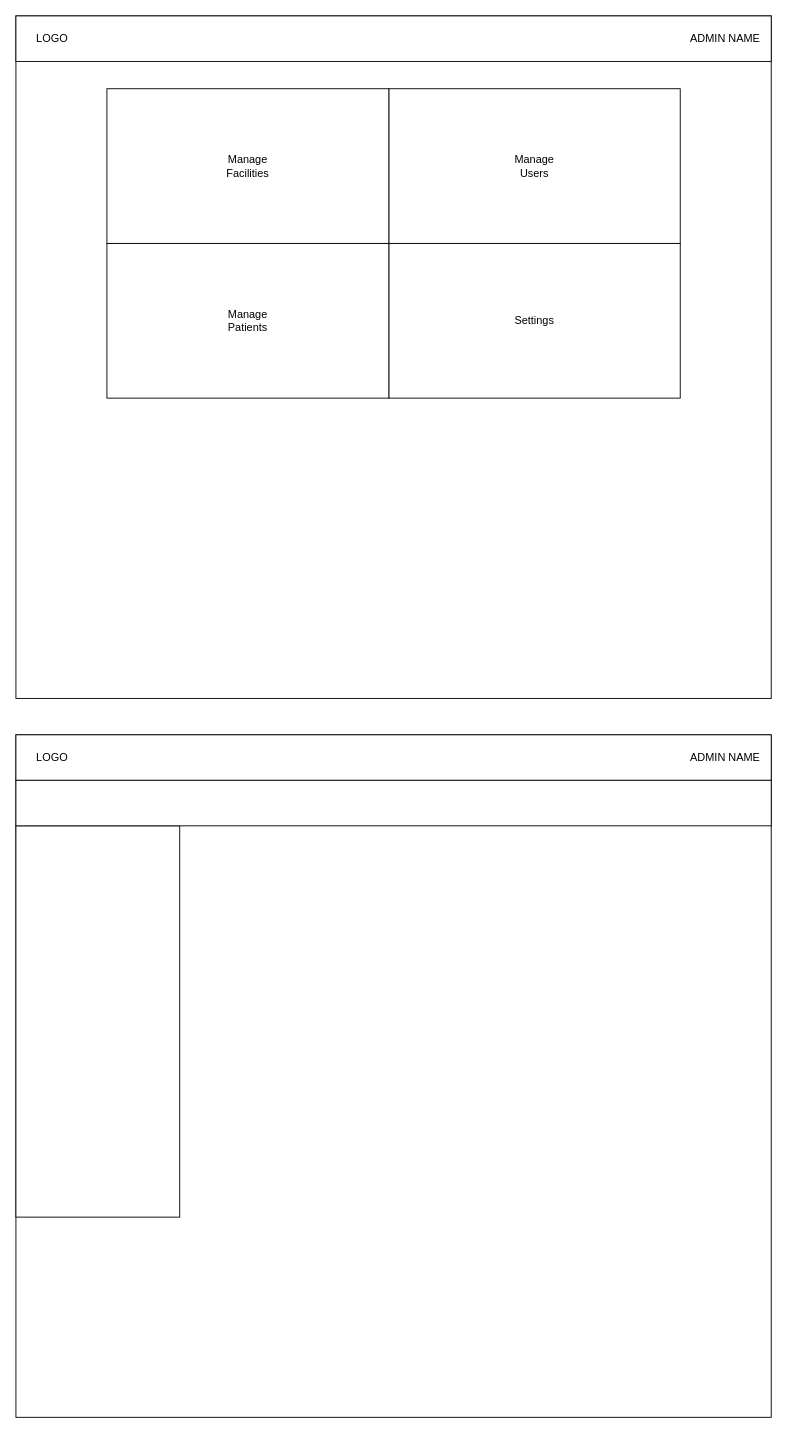
Earlier version of the draw.io diagram diagrams/AdminPage.drawio (empty-works/plain-emrs-no-fw). Source tidied: cells renumbered, new cells numbered last; positions are measured from the earlier drawing's top-left corner, leaving out a move shared by most shapes. Both pictures are drawn from the tidied source at 91%, with x=0, y=0 at pixel (15, 15).
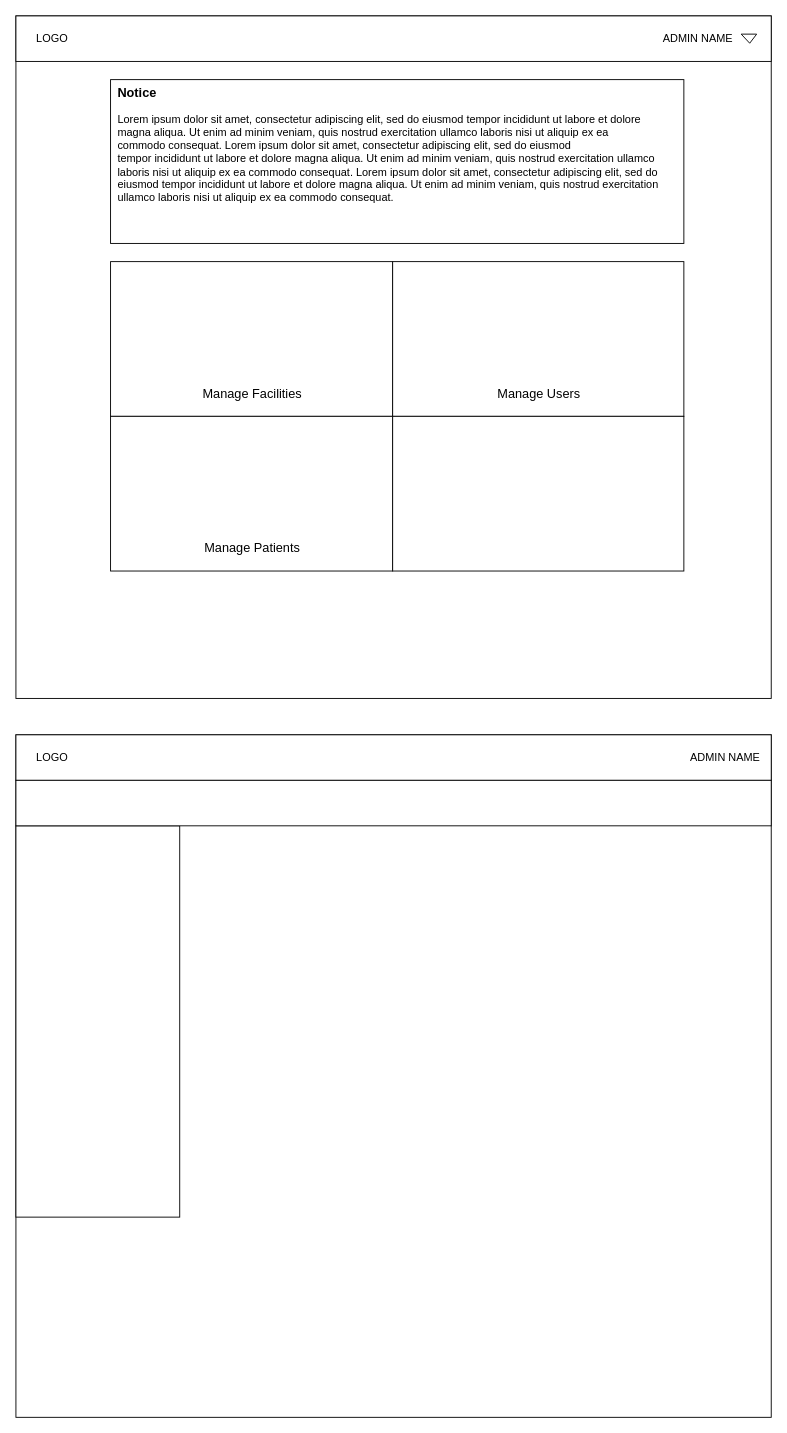
Above is the later version.

Commit message:
Admin landing page design updates

What changed in the source:
```diff
@@
     <mxCell id="11" value="ADMIN NAME" style="text;html=1;strokeColor=none;fillColor=none;align=right;verticalAlign=middle;whiteSpace=wrap;rounded=0;" parent="1" vertex="1">
-      <mxGeometry x="640" y="10" width="180" height="30" as="geometry" />
+      <mxGeometry x="630" y="10" width="160" height="30" as="geometry" />
     </mxCell>
-    <mxCell id="12" value="&lt;div&gt;Manage&lt;br&gt;&lt;/div&gt;&lt;div&gt;Facilities&lt;/div&gt;" style="rounded=0;whiteSpace=wrap;html=1;" parent="1" vertex="1">
-      <mxGeometry x="100" y="80" width="310" height="170" as="geometry" />
+    <mxCell id="12" style="rounded=0;whiteSpace=wrap;html=1;" parent="1" vertex="1">
+      <mxGeometry x="104" y="270" width="310" height="170" as="geometry" />
     </mxCell>
-    <mxCell id="13" value="&lt;div&gt;Manage&lt;br&gt;&lt;/div&gt;&lt;div&gt;Users&lt;/div&gt;" style="rounded=0;whiteSpace=wrap;html=1;" parent="1" vertex="1">
-      <mxGeometry x="410" y="80" width="320" height="170" as="geometry" />
+    <mxCell id="13" style="rounded=0;whiteSpace=wrap;html=1;" parent="1" vertex="1">
+      <mxGeometry x="414" y="270" width="320" height="170" as="geometry" />
     </mxCell>
-    <mxCell id="14" value="&lt;div&gt;Manage&lt;/div&gt;&lt;div&gt;Patients&lt;br&gt;&lt;/div&gt;" style="rounded=0;whiteSpace=wrap;html=1;" parent="1" vertex="1">
-      <mxGeometry x="100" y="250" width="310" height="170" as="geometry" />
+    <mxCell id="14" style="rounded=0;whiteSpace=wrap;html=1;" parent="1" vertex="1">
+      <mxGeometry x="104" y="440" width="310" height="170" as="geometry" />
     </mxCell>
-    <mxCell id="15" value="Settings" style="rounded=0;whiteSpace=wrap;html=1;" parent="1" vertex="1">
-      <mxGeometry x="410" y="250" width="320" height="170" as="geometry" />
+    <mxCell id="15" style="rounded=0;whiteSpace=wrap;html=1;" parent="1" vertex="1">
+      <mxGeometry x="414" y="440" width="320" height="170" as="geometry" />
     </mxCell>
+    <mxCell id="16" style="rounded=0;whiteSpace=wrap;html=1;" parent="1" vertex="1">
+      <mxGeometry x="104" y="70" width="630" height="180" as="geometry" />
+    </mxCell>
+    <mxCell id="17" value="Notice" style="text;html=1;strokeColor=none;fillColor=none;align=left;verticalAlign=middle;whiteSpace=wrap;rounded=0;fontStyle=1;fontSize=14;" parent="1" vertex="1">
+      <mxGeometry x="110" y="70" width="160" height="30" as="geometry" />
+    </mxCell>
+    <mxCell id="18" value="Lorem ipsum dolor sit amet, consectetur adipiscing elit, sed do eiusmod tempor incididunt ut labore et dolore magna aliqua. Ut enim ad minim veniam, quis nostrud exercitation ullamco laboris nisi ut aliquip ex ea &lt;br&gt;commodo consequat. Lorem ipsum dolor sit amet, consectetur adipiscing elit, sed do eiusmod &lt;br&gt;tempor incididunt ut labore et dolore magna aliqua. Ut enim ad minim veniam, quis nostrud exercitation ullamco laboris nisi ut aliquip ex ea commodo consequat. Lorem ipsum dolor sit amet, consectetur adipiscing elit, sed do eiusmod tempor incididunt ut labore et dolore magna aliqua. Ut enim ad minim veniam, quis nostrud exercitation ullamco laboris nisi ut aliquip ex ea commodo consequat. " style="text;html=1;strokeColor=none;fillColor=none;align=left;verticalAlign=top;whiteSpace=wrap;rounded=0;" parent="1" vertex="1">
+      <mxGeometry x="110" y="100" width="610" height="140" as="geometry" />
+    </mxCell>
+    <mxCell id="19" value="Manage Facilities" style="text;html=1;strokeColor=none;fillColor=none;align=center;verticalAlign=middle;whiteSpace=wrap;rounded=0;fontSize=14;" parent="1" vertex="1">
+      <mxGeometry x="110" y="400" width="300" height="30" as="geometry" />
+    </mxCell>
+    <mxCell id="20" value="Manage Users" style="text;html=1;strokeColor=none;fillColor=none;align=center;verticalAlign=middle;whiteSpace=wrap;rounded=0;fontSize=14;" parent="1" vertex="1">
+      <mxGeometry x="420" y="400" width="310" height="30" as="geometry" />
+    </mxCell>
+    <mxCell id="21" value="Manage Patients" style="text;html=1;strokeColor=none;fillColor=none;align=center;verticalAlign=middle;whiteSpace=wrap;rounded=0;fontSize=14;" parent="1" vertex="1">
+      <mxGeometry x="110" y="570" width="300" height="30" as="geometry" />
+    </mxCell>
+    <mxCell id="22" style="verticalLabelPosition=bottom;verticalAlign=top;html=1;shape=mxgraph.basic.acute_triangle;dx=0.45;fontSize=14;rotation=-180;" parent="1" vertex="1">
+      <mxGeometry x="797" y="20" width="17" height="10" as="geometry" />
+    </mxCell>
```
